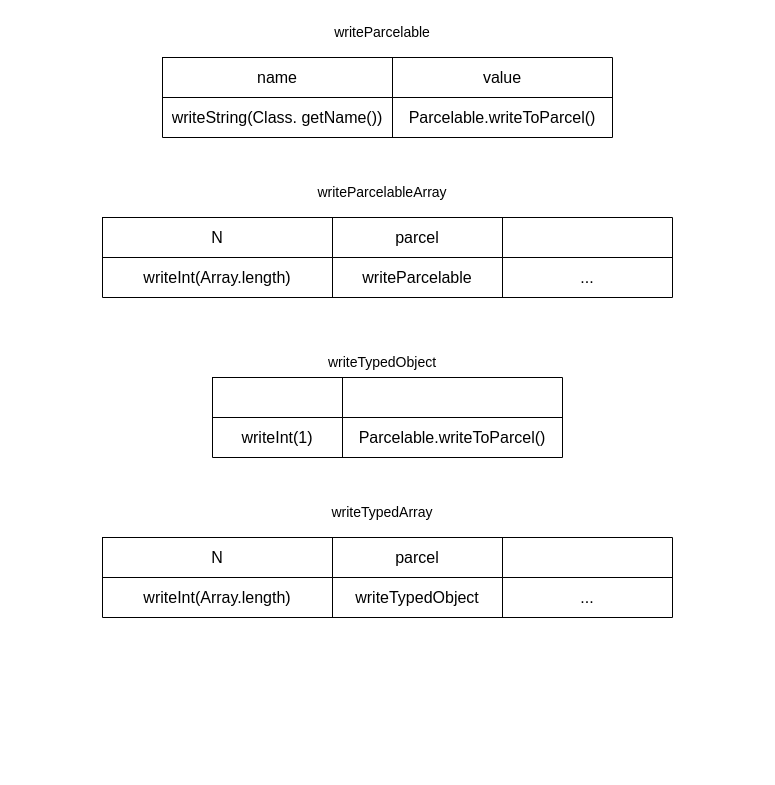
Above: android_parcelable.drawio in f23505106/drawio (draw.io), before the change. Source tidied: cells renumbered, new cells numbered last; positions are measured from the earlier drawing's top-left corner, leaving out a move shared by most shapes. Both pictures are drawn from the tidied source at 100%, with x=0, y=0 at pixel (102, 17).
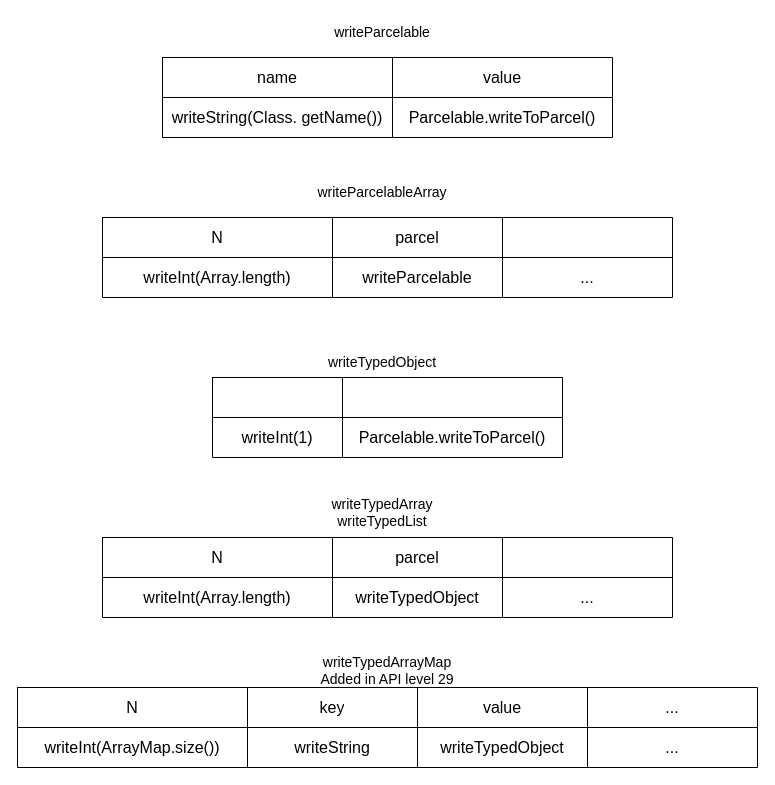
The same page after the edit.

Change to the diagram source:
```diff
@@
-    <mxCell id="37" value="&lt;font style=&quot;font-size: 14px;&quot;&gt;writeTypedArray&lt;/font&gt;" style="text;html=1;strokeColor=none;fillColor=none;align=center;verticalAlign=middle;whiteSpace=wrap;rounded=0;" parent="1" vertex="1">
+    <mxCell id="37" value="&lt;font style=&quot;&quot;&gt;&lt;font style=&quot;font-size: 14px;&quot;&gt;writeTypedArray&lt;br&gt;writeTypedList&lt;/font&gt;&lt;br&gt;&lt;/font&gt;" style="text;html=1;strokeColor=none;fillColor=none;align=center;verticalAlign=middle;whiteSpace=wrap;rounded=0;" parent="1" vertex="1">
       <mxGeometry x="250" y="480" width="60" height="30" as="geometry" />
     </mxCell>
+    <mxCell id="38" value="&lt;font style=&quot;font-size: 14px;&quot;&gt;&lt;br&gt;writeTypedArrayMap&lt;br&gt;&lt;/font&gt;&lt;div&gt;&lt;font style=&quot;font-size: 14px;&quot;&gt;Added in API level 29&lt;/font&gt;&lt;/div&gt;" style="text;html=1;strokeColor=none;fillColor=none;align=center;verticalAlign=middle;whiteSpace=wrap;rounded=0;" parent="1" vertex="1">
+      <mxGeometry x="205" y="630" width="160" height="30" as="geometry" />
+    </mxCell>
+    <mxCell id="39" style="shape=table;startSize=0;childLayout=tableLayout;fontSize=16;" parent="1" vertex="1">
+      <mxGeometry x="-85" y="670" width="740" height="80" as="geometry" />
+    </mxCell>
+    <mxCell id="40" style="shape=tableRow;horizontal=0;startSize=0;swimlaneHead=0;swimlaneBody=0;strokeColor=inherit;top=0;left=0;bottom=0;right=0;fillColor=none;fontSize=16;" parent="39" vertex="1">
+      <mxGeometry width="740" height="40" as="geometry" />
+    </mxCell>
+    <mxCell id="41" value="N" style="shape=partialRectangle;html=1;whiteSpace=wrap;strokeColor=inherit;overflow=hidden;fillColor=none;top=0;left=0;bottom=0;right=0;fontSize=16;" parent="40" vertex="1">
+      <mxGeometry width="230" height="40" as="geometry" />
+    </mxCell>
+    <mxCell id="42" value="key" style="shape=partialRectangle;html=1;whiteSpace=wrap;strokeColor=inherit;overflow=hidden;fillColor=none;top=0;left=0;bottom=0;right=0;fontSize=16;" parent="40" vertex="1">
+      <mxGeometry x="230" width="170" height="40" as="geometry" />
+    </mxCell>
+    <mxCell id="43" value="value" style="shape=partialRectangle;html=1;whiteSpace=wrap;strokeColor=inherit;overflow=hidden;fillColor=none;top=0;left=0;bottom=0;right=0;fontSize=16;" parent="40" vertex="1">
+      <mxGeometry x="400" width="170" height="40" as="geometry" />
+    </mxCell>
+    <mxCell id="44" value="..." style="shape=partialRectangle;html=1;whiteSpace=wrap;strokeColor=inherit;overflow=hidden;fillColor=none;top=0;left=0;bottom=0;right=0;fontSize=16;" parent="40" vertex="1">
+      <mxGeometry x="570" width="170" height="40" as="geometry" />
+    </mxCell>
+    <mxCell id="45" style="shape=tableRow;horizontal=0;startSize=0;swimlaneHead=0;swimlaneBody=0;strokeColor=inherit;top=0;left=0;bottom=0;right=0;fillColor=none;fontSize=16;" parent="39" vertex="1">
+      <mxGeometry y="40" width="740" height="40" as="geometry" />
+    </mxCell>
+    <mxCell id="46" value="writeInt(ArrayMap.size())" style="shape=partialRectangle;html=1;whiteSpace=wrap;strokeColor=inherit;overflow=hidden;fillColor=none;top=0;left=0;bottom=0;right=0;fontSize=16;" parent="45" vertex="1">
+      <mxGeometry width="230" height="40" as="geometry" />
+    </mxCell>
+    <mxCell id="47" value="writeString" style="shape=partialRectangle;html=1;whiteSpace=wrap;strokeColor=inherit;overflow=hidden;fillColor=none;top=0;left=0;bottom=0;right=0;fontSize=16;" parent="45" vertex="1">
+      <mxGeometry x="230" width="170" height="40" as="geometry" />
+    </mxCell>
+    <mxCell id="48" value="writeTypedObject" style="shape=partialRectangle;html=1;whiteSpace=wrap;strokeColor=inherit;overflow=hidden;fillColor=none;top=0;left=0;bottom=0;right=0;fontSize=16;" parent="45" vertex="1">
+      <mxGeometry x="400" width="170" height="40" as="geometry" />
+    </mxCell>
+    <mxCell id="49" value="..." style="shape=partialRectangle;html=1;whiteSpace=wrap;strokeColor=inherit;overflow=hidden;fillColor=none;top=0;left=0;bottom=0;right=0;fontSize=16;" parent="45" vertex="1">
+      <mxGeometry x="570" width="170" height="40" as="geometry" />
+    </mxCell>
```
